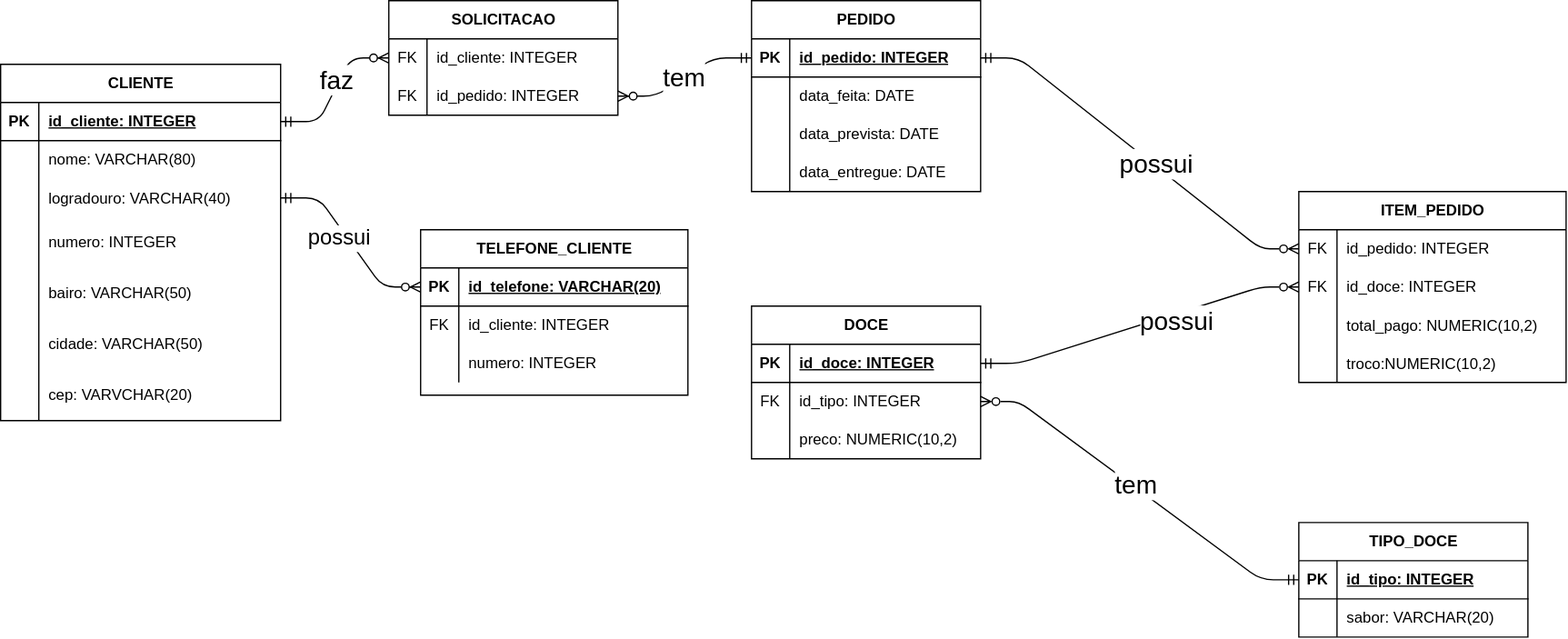
This is uc2/aula06.drawio.svg from pedrotalasca4-afk/sala_de_aula, a draw.io export, as it was before one commit. Source tidied: cells renumbered, new cells last; positions are measured from the earlier drawing's top-left corner, leaving out a move shared by most shapes.
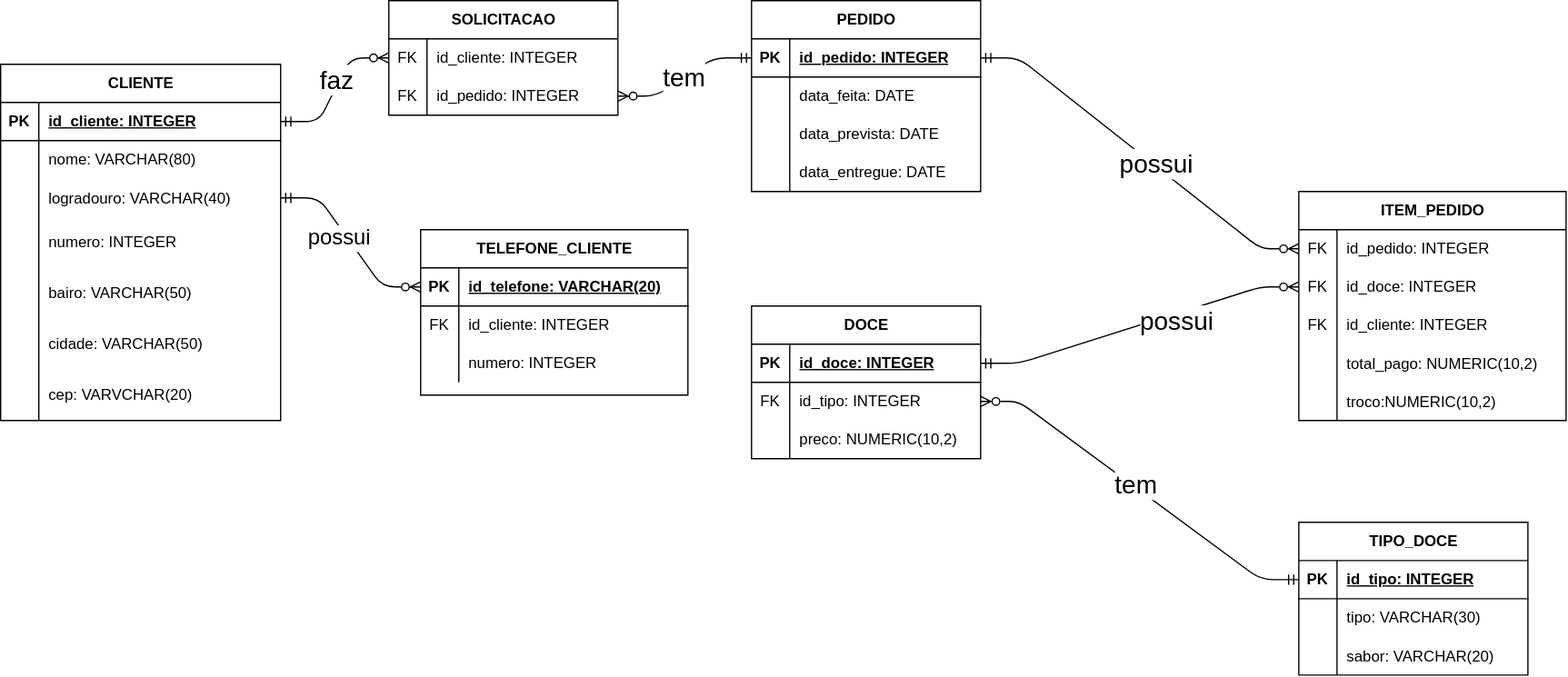
The same diagram one commit later.

Commit message:
Continuar aula 12, Fazer aula 13, Fazer aula 14(Faça SELECT)

What changed in the source:
```diff
@@ -108,7 +108,7 @@
       <mxGeometry x="30" width="150" height="30" as="geometry" />
     </mxCell>
     <mxCell id="37" value="TIPO_DOCE" style="shape=table;startSize=30;rowLines=0;fontStyle=1;align=center;html=1;" parent="1" vertex="1">
-      <mxGeometry x="1020" y="410" width="180" height="90" as="geometry" />
+      <mxGeometry x="1020" y="410" width="180" height="120" as="geometry" />
     </mxCell>
     <mxCell id="38" style="shape=tableRow;horizontal=0;startSize=0;swimlaneHead=0;swimlaneBody=0;fillColor=none;points=[[0,0.5],[1,0.5]];portConstraint=eastwest;top=0;left=0;right=0;bottom=1;" parent="37" vertex="1">
       <mxGeometry y="30" width="180" height="30" as="geometry" />
@@ -125,9 +125,18 @@
     <mxCell id="42" style="shape=partialRectangle;fillColor=none;top=0;left=0;bottom=0;right=0;overflow=hidden;whiteSpace=wrap;html=1;" parent="41" vertex="1">
       <mxGeometry width="30" height="30" as="geometry" />
     </mxCell>
-    <mxCell id="43" value="sabor: VARCHAR(20)" style="shape=partialRectangle;fillColor=none;top=0;left=0;bottom=0;right=0;align=left;spacingLeft=6;overflow=hidden;whiteSpace=wrap;html=1;" parent="41" vertex="1">
+    <mxCell id="43" value="tipo: VARCHAR(30)" style="shape=partialRectangle;fillColor=none;top=0;left=0;bottom=0;right=0;align=left;spacingLeft=6;overflow=hidden;whiteSpace=wrap;html=1;" parent="41" vertex="1">
       <mxGeometry x="30" width="150" height="30" as="geometry" />
     </mxCell>
+    <mxCell id="96" style="shape=tableRow;horizontal=0;startSize=0;swimlaneHead=0;swimlaneBody=0;fillColor=none;top=0;left=0;right=0;bottom=0;" parent="37" vertex="1">
+      <mxGeometry y="90" width="180" height="30" as="geometry" />
+    </mxCell>
+    <mxCell id="97" style="shape=partialRectangle;fillColor=none;top=0;left=0;bottom=0;right=0;overflow=hidden;" parent="96" vertex="1">
+      <mxGeometry width="30" height="30" as="geometry" />
+    </mxCell>
+    <mxCell id="98" value="sabor: VARCHAR(20)" style="shape=partialRectangle;fillColor=none;top=0;left=0;bottom=0;right=0;align=left;spacingLeft=6;overflow=hidden;" parent="96" vertex="1">
+      <mxGeometry x="30" width="150" height="30" as="geometry" />
+    </mxCell>
     <mxCell id="44" value="DOCE" style="shape=table;startSize=30;rowLines=0;fontStyle=1;align=center;html=1;" parent="1" vertex="1">
       <mxGeometry x="590" y="240" width="180" height="120" as="geometry" />
     </mxCell>
@@ -159,7 +168,7 @@
       <mxGeometry x="30" width="150" height="30" as="geometry" />
     </mxCell>
     <mxCell id="54" value="ITEM_PEDIDO" style="shape=table;startSize=30;rowLines=0;fontStyle=1;align=center;html=1;" parent="1" vertex="1">
-      <mxGeometry x="1020" y="150" width="210" height="150" as="geometry" />
+      <mxGeometry x="1020" y="150" width="210" height="180" as="geometry" />
     </mxCell>
     <mxCell id="55" style="shape=tableRow;horizontal=0;startSize=0;swimlaneHead=0;swimlaneBody=0;fillColor=none;points=[[0,0.5],[1,0.5]];portConstraint=eastwest;top=0;left=0;right=0;bottom=0;" parent="54" vertex="1">
       <mxGeometry y="30" width="210" height="30" as="geometry" />
@@ -179,8 +188,17 @@
     <mxCell id="60" value="id_doce: INTEGER" style="shape=partialRectangle;fillColor=none;top=0;left=0;bottom=0;right=0;align=left;spacingLeft=6;overflow=hidden;whiteSpace=wrap;html=1;" parent="58" vertex="1">
       <mxGeometry x="30" width="180" height="30" as="geometry" />
     </mxCell>
+    <mxCell id="99" style="shape=tableRow;horizontal=0;startSize=0;swimlaneHead=0;swimlaneBody=0;fillColor=none;top=0;left=0;right=0;bottom=0;" parent="54" vertex="1">
+      <mxGeometry y="90" width="210" height="30" as="geometry" />
+    </mxCell>
+    <mxCell id="100" value="FK" style="shape=partialRectangle;fillColor=none;top=0;left=0;bottom=0;right=0;fontStyle=0;overflow=hidden;whiteSpace=wrap;html=1;" parent="99" vertex="1">
+      <mxGeometry width="30" height="30" as="geometry" />
+    </mxCell>
+    <mxCell id="101" value="id_cliente: INTEGER" style="shape=partialRectangle;fillColor=none;top=0;left=0;bottom=0;right=0;align=left;spacingLeft=6;fontStyle=0;overflow=hidden;whiteSpace=wrap;html=1;" parent="99" vertex="1">
+      <mxGeometry x="30" width="180" height="30" as="geometry" />
+    </mxCell>
     <mxCell id="61" style="shape=tableRow;horizontal=0;startSize=0;swimlaneHead=0;swimlaneBody=0;fillColor=none;top=0;left=0;right=0;bottom=0;" parent="54" vertex="1">
-      <mxGeometry y="90" width="210" height="30" as="geometry" />
+      <mxGeometry y="120" width="210" height="30" as="geometry" />
     </mxCell>
     <mxCell id="62" style="shape=partialRectangle;fillColor=none;top=0;left=0;bottom=0;right=0;overflow=hidden;" parent="61" vertex="1">
       <mxGeometry width="30" height="30" as="geometry" />
@@ -189,7 +207,7 @@
       <mxGeometry x="30" width="180" height="30" as="geometry" />
     </mxCell>
     <mxCell id="64" style="shape=tableRow;horizontal=0;startSize=0;swimlaneHead=0;swimlaneBody=0;fillColor=none;top=0;left=0;right=0;bottom=0;" parent="54" vertex="1">
-      <mxGeometry y="120" width="210" height="30" as="geometry" />
+      <mxGeometry y="150" width="210" height="30" as="geometry" />
     </mxCell>
     <mxCell id="65" style="shape=partialRectangle;fillColor=none;top=0;left=0;bottom=0;right=0;overflow=hidden;" parent="64" vertex="1">
       <mxGeometry width="30" height="30" as="geometry" />
```
